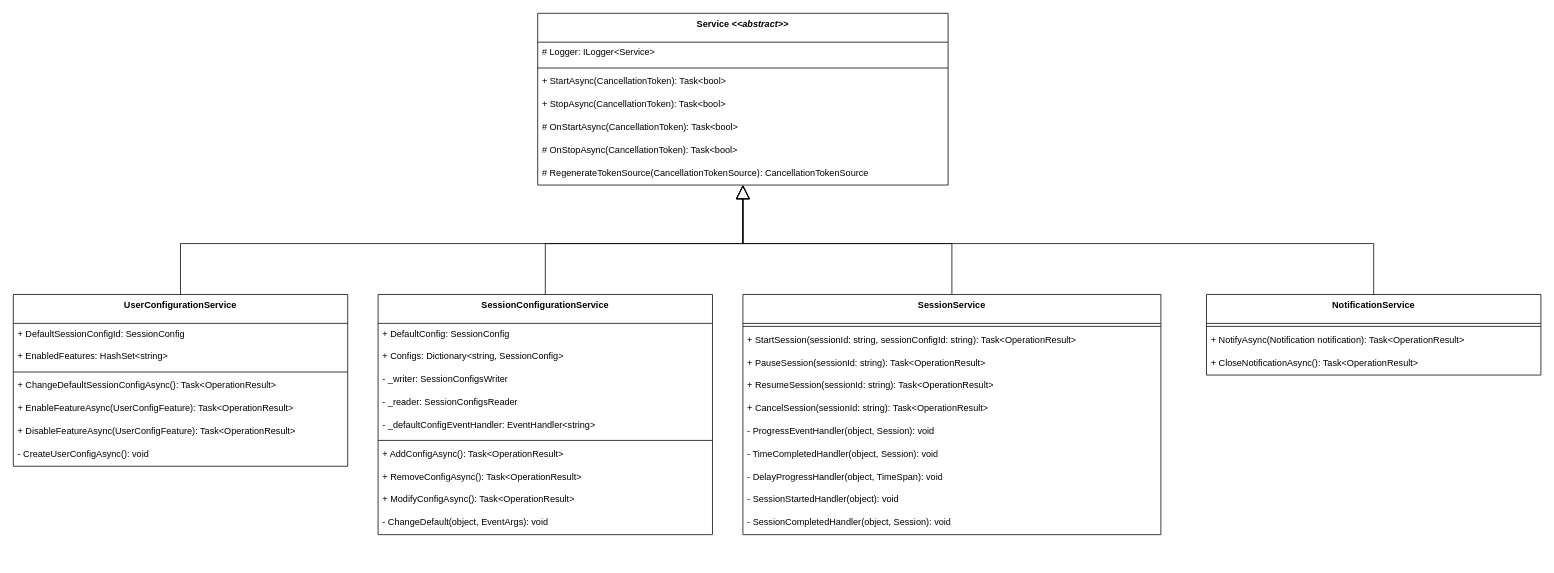
The draw.io diagram page "Services" (1 of 2) of docs/uml/UML.drawio in PabloStarOk/tiempito, before the edit. Source tidied: cells renumbered, new cells numbered last; positions are measured from the earlier drawing's top-left corner, leaving out a move shared by most shapes. Both pictures are drawn from the tidied source at 76%, with x=0, y=0 at pixel (13, 13).
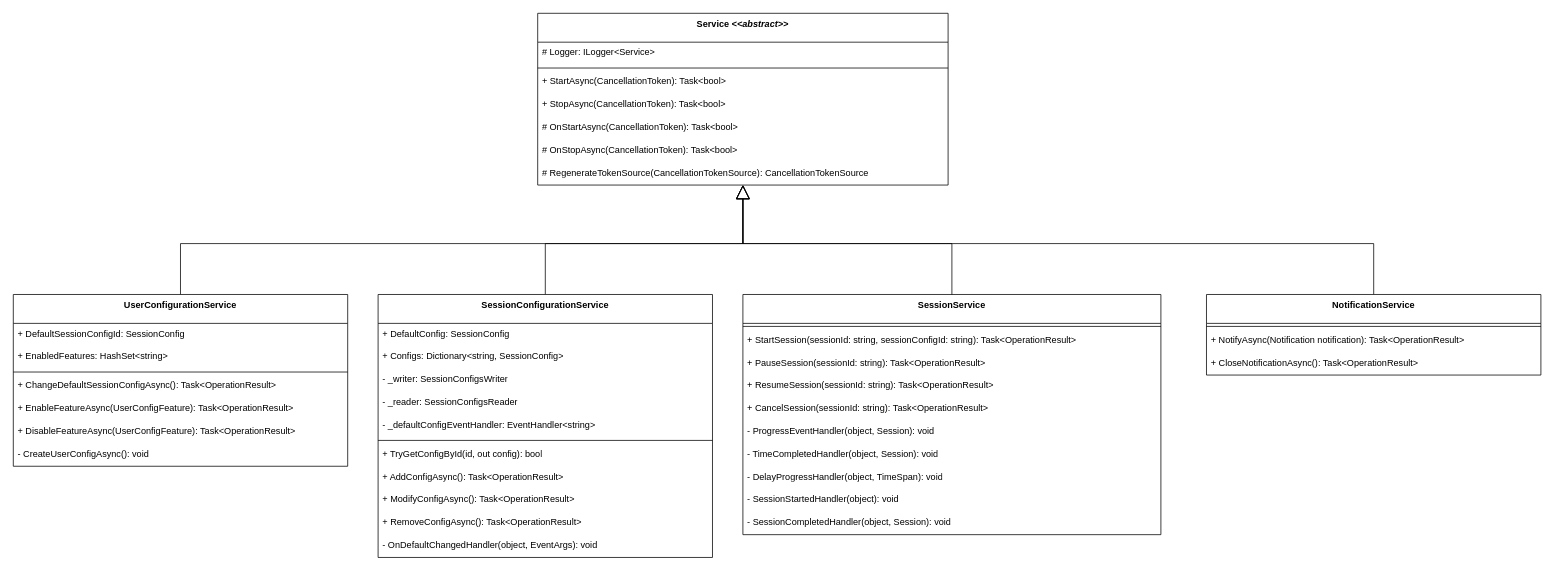
The same diagram, later.

Diff of the diagram source:
```diff
@@
     <mxCell id="37" value="SessionConfigurationService" style="swimlane;fontStyle=1;align=center;verticalAlign=top;horizontal=1;startSize=38;whiteSpace=wrap;html=1;" parent="1" vertex="1">
-      <mxGeometry x="480" y="370" width="440" height="316" as="geometry" />
+      <mxGeometry x="480" y="370" width="440" height="346" as="geometry" />
     </mxCell>
@@
+    <mxCell id="48" value="+ TryGetConfigById(id, out config): bool" style="text;strokeColor=none;fillColor=none;align=left;verticalAlign=top;spacingLeft=4;spacingRight=4;overflow=hidden;whiteSpace=wrap;html=1;" parent="37" vertex="1">
+      <mxGeometry y="196" width="440" height="30" as="geometry" />
+    </mxCell>
     <mxCell id="44" value="+ AddConfigAsync(): Task&amp;lt;OperationResult&amp;gt;" style="text;strokeColor=none;fillColor=none;align=left;verticalAlign=top;spacingLeft=4;spacingRight=4;overflow=hidden;whiteSpace=wrap;html=1;" parent="37" vertex="1">
-      <mxGeometry y="196" width="440" height="30" as="geometry" />
+      <mxGeometry y="226" width="440" height="30" as="geometry" />
     </mxCell>
+    <mxCell id="46" value="+ ModifyConfigAsync(): Task&amp;lt;OperationResult&amp;gt;" style="text;strokeColor=none;fillColor=none;align=left;verticalAlign=top;spacingLeft=4;spacingRight=4;overflow=hidden;whiteSpace=wrap;html=1;" parent="37" vertex="1">
+      <mxGeometry y="256" width="440" height="30" as="geometry" />
+    </mxCell>
     <mxCell id="45" value="+ RemoveConfigAsync(): Task&amp;lt;OperationResult&amp;gt;" style="text;strokeColor=none;fillColor=none;align=left;verticalAlign=top;spacingLeft=4;spacingRight=4;overflow=hidden;whiteSpace=wrap;html=1;" parent="37" vertex="1">
-      <mxGeometry y="226" width="440" height="30" as="geometry" />
+      <mxGeometry y="286" width="440" height="30" as="geometry" />
     </mxCell>
-    <mxCell id="46" value="+ ModifyConfigAsync(): Task&amp;lt;OperationResult&amp;gt;" style="text;strokeColor=none;fillColor=none;align=left;verticalAlign=top;spacingLeft=4;spacingRight=4;overflow=hidden;whiteSpace=wrap;html=1;" parent="37" vertex="1">
-      <mxGeometry y="256" width="440" height="30" as="geometry" />
-    </mxCell>
-    <mxCell id="47" value="- ChangeDefault(object, EventArgs): void" style="text;strokeColor=none;fillColor=none;align=left;verticalAlign=top;spacingLeft=4;spacingRight=4;overflow=hidden;whiteSpace=wrap;html=1;" parent="37" vertex="1">
-      <mxGeometry y="286" width="440" height="30" as="geometry" />
+    <mxCell id="47" value="- OnDefaultChangedHandler(object, EventArgs): void" style="text;strokeColor=none;fillColor=none;align=left;verticalAlign=top;spacingLeft=4;spacingRight=4;overflow=hidden;whiteSpace=wrap;html=1;" parent="37" vertex="1">
+      <mxGeometry y="316" width="440" height="30" as="geometry" />
     </mxCell>
```
